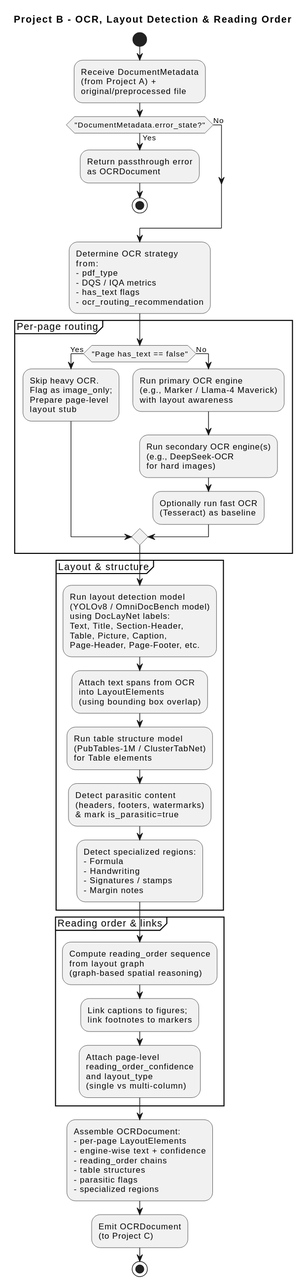
Earlier version of the PlantUML export docs/architecture/diagrams/level-2/downstream-context/unify-ocr-layout-workflow.svg (williaby/image-preprocessing-detector).
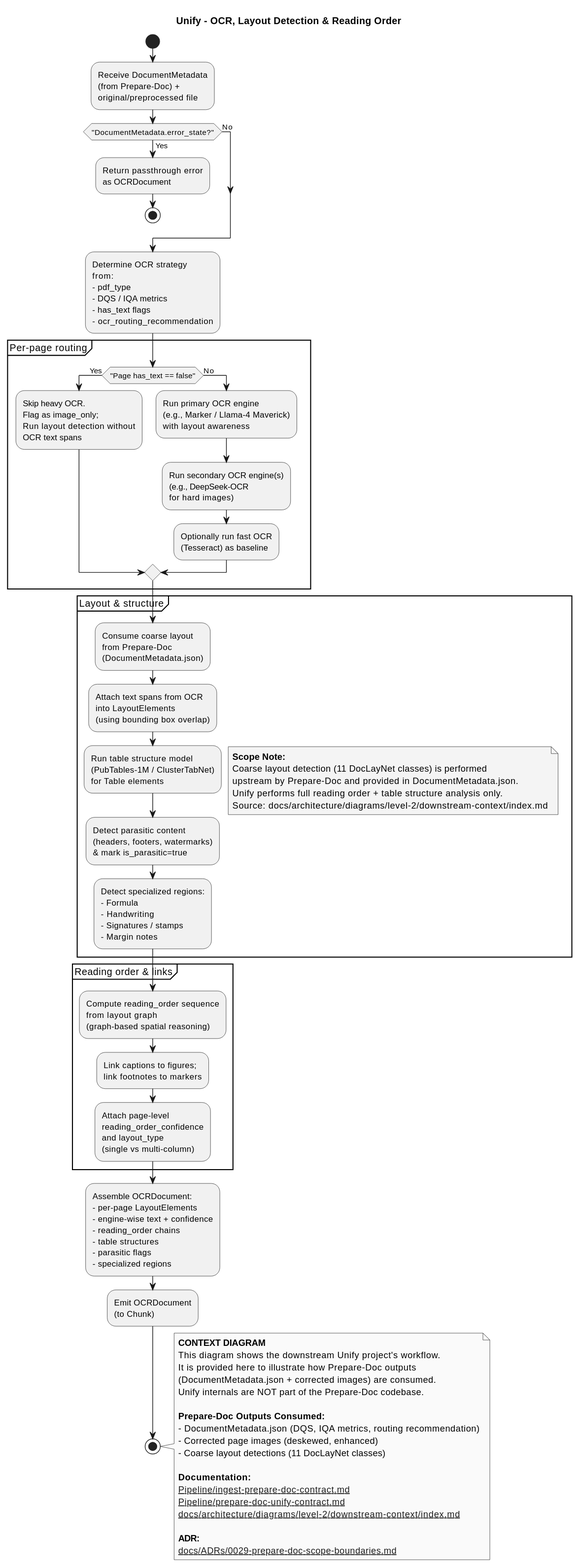
The same diagram one commit later.

What changed in the source:
```diff
@@ -1,5 +1,5 @@
 @startuml
-title Project B - OCR, Layout Detection & Reading Order
+title Unify - OCR, Layout Detection & Reading Order
 
 skinparam shadowing false
 skinparam monochrome true
@@ -7,49 +7,77 @@
 
 start
 
-:Receive DocumentMetadata\n(from Project A) +\noriginal/preprocessed file;
+:Receive DocumentMetadata\n(from Prepare-Doc) +\noriginal/preprocessed file;
 
 if ("DocumentMetadata.error_state?") then (Yes)
- :Return passthrough error\nas OCRDocument;
- stop
+  :Return passthrough error\nas OCRDocument;
+  stop
 else (No)
 endif
 
 :Determine OCR strategy\nfrom:\n- pdf_type\n- DQS / IQA metrics\n- has_text flags\n- ocr_routing_recommendation;
 
 partition "Per-page routing" {
- if ("Page has_text == false") then (Yes)
-   :Skip heavy OCR.\nFlag as image_only;\nPrepare page-level\nlayout stub;
- else (No)
-   :Run primary OCR engine\n(e.g., Marker / Llama-4 Maverick)\nwith layout awareness;
-   :Run secondary OCR engine(s)\n(e.g., DeepSeek-OCR\nfor hard images);
-   :Optionally run fast OCR\n(Tesseract) as baseline;
- endif
+  if ("Page has_text == false") then (Yes)
+    :Skip heavy OCR.\nFlag as image_only;\nRun layout detection without\nOCR text spans;
+  else (No)
+    :Run primary OCR engine\n(e.g., Marker / Llama-4 Maverick)\nwith layout awareness;
+    :Run secondary OCR engine(s)\n(e.g., DeepSeek-OCR\nfor hard images);
+    :Optionally run fast OCR\n(Tesseract) as baseline;
+  endif
 }
 
 partition "Layout & structure" {
- :Run layout detection model\n(YOLOv8 / OmniDocBench model)\nusing DocLayNet labels:\nText, Title, Section-Header,\nTable, Picture, Caption,\nPage-Header, Page-Footer, etc.;
+  note right #FFF3E0
+    **Scope Note:**
+    Coarse layout detection (11 DocLayNet classes) is performed
+    upstream by Prepare-Doc and provided in DocumentMetadata.json.
+    Unify performs full reading order + table structure analysis only.
+    Source: docs/architecture/diagrams/level-2/downstream-context/index.md
+  end note
+  :Consume coarse layout\nfrom Prepare-Doc\n(DocumentMetadata.json);
 
- :Attach text spans from OCR\ninto LayoutElements\n(using bounding box overlap);
+  :Attach text spans from OCR\ninto LayoutElements\n(using bounding box overlap);
 
- :Run table structure model\n(PubTables-1M / ClusterTabNet)\nfor Table elements;
+  :Run table structure model\n(PubTables-1M / ClusterTabNet)\nfor Table elements;
 
- :Detect parasitic content\n(headers, footers, watermarks)\n& mark is_parasitic=true;
+  :Detect parasitic content\n(headers, footers, watermarks)\n& mark is_parasitic=true;
 
- :Detect specialized regions:\n- Formula\n- Handwriting\n- Signatures / stamps\n- Margin notes;
+  :Detect specialized regions:\n- Formula\n- Handwriting\n- Signatures / stamps\n- Margin notes;
 }
 
 partition "Reading order & links" {
- :Compute reading_order sequence\nfrom layout graph\n(graph-based spatial reasoning);
+  :Compute reading_order sequence\nfrom layout graph\n(graph-based spatial reasoning);
 
- :Link captions to figures;\nlink footnotes to markers;
+  :Link captions to figures;\nlink footnotes to markers;
 
- :Attach page-level\nreading_order_confidence\nand layout_type\n(single vs multi-column);
+  :Attach page-level\nreading_order_confidence\nand layout_type\n(single vs multi-column);
 }
 
 :Assemble OCRDocument:\n- per-page LayoutElements\n- engine-wise text + confidence\n- reading_order chains\n- table structures\n- parasitic flags\n- specialized regions;
 
-:Emit OCRDocument\n(to Project C);
+:Emit OCRDocument\n(to Chunk);
 
 stop
+
+note right
+  **CONTEXT DIAGRAM**
+  This diagram shows the downstream Unify project's workflow.
+  It is provided here to illustrate how Prepare-Doc outputs
+  (DocumentMetadata.json + corrected images) are consumed.
+  Unify internals are NOT part of the Prepare-Doc codebase.
+
+  **Prepare-Doc Outputs Consumed:**
+  - DocumentMetadata.json (DQS, IQA metrics, routing recommendation)
+  - Corrected page images (deskewed, enhanced)
+  - Coarse layout detections (11 DocLayNet classes)
+
+  **Documentation:**
+  [[docs/development/RAG Pipeline/ingest-prepare-doc-contract.md]]
+  [[docs/development/RAG Pipeline/prepare-doc-unify-contract.md]]
+  [[docs/architecture/diagrams/level-2/downstream-context/index.md]]
+
+  **ADR:**
+  [[docs/ADRs/0029-prepare-doc-scope-boundaries.md]]
+end note
 @enduml
```
